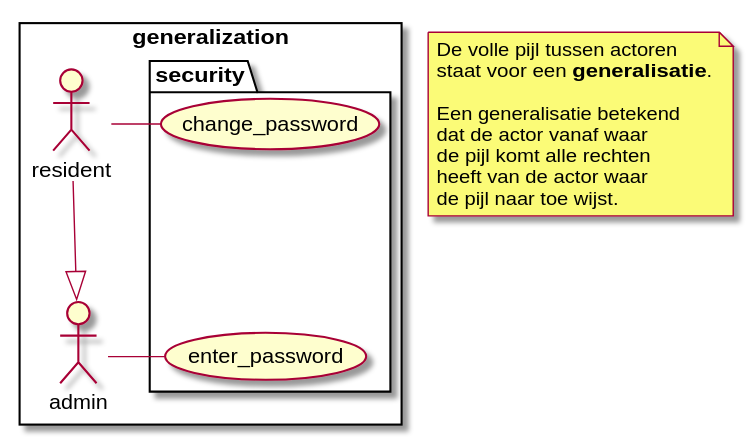
The PlantUML diagram export/use_case/actor_generalization.svg in LukevLuijn/cheat_sheet_osm_mo, before a commit.
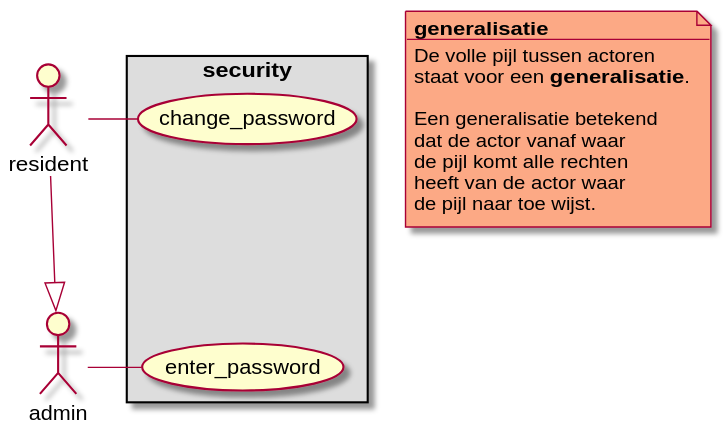
The same file after the commit.

Change to the diagram source:
```diff
@@ -1,22 +1,23 @@
 @startuml
 
-rectangle r1 as "generalization"{
-    package "security" as p1{
-        usecase enter_password as uc1
-        usecase change_password as uc2
+rectangle "security" as p1 #DDDDDD{
+    usecase enter_password as uc1
+    usecase change_password as uc2
 
-        uc1 -[hidden]up-> uc2
-    }
-
-    actor "admin" as a1
-    actor "resident" as a2
-
-    a1 -right- uc1
-    a2 -right- uc2
-    a2 --|> a1
+    uc1 -[hidden]up-> uc2
 }
 
-note as n1
+actor "admin" as a1
+actor "resident" as a2
+
+a1 -right- uc1
+a2 -right- uc2
+a2 --|> a1
+
+
+note as n1 #FCA985
+    **generalisatie**
+    --
     De volle pijl tussen actoren
     staat voor een **generalisatie**.
 
```
